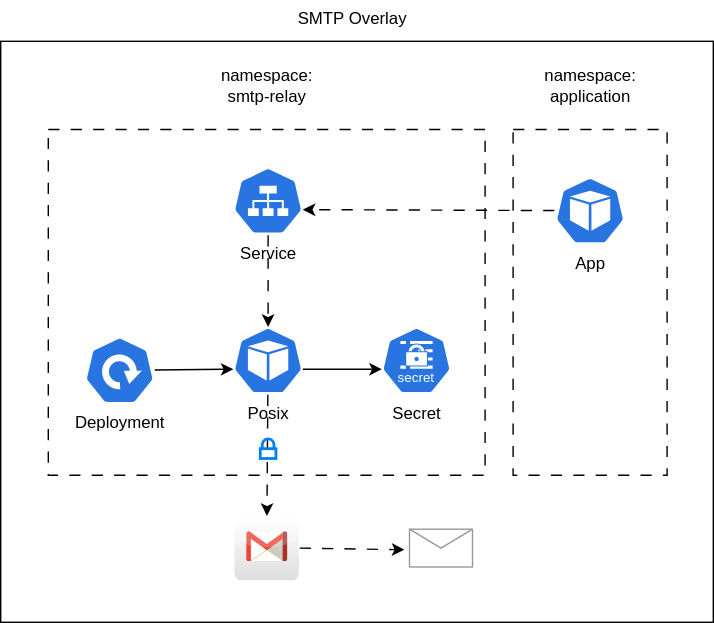
Above: diagram.drawio.svg in gersontpc/smtp-operator (draw.io), before the change. Source tidied: cells renumbered, new cells last; positions are measured from the earlier drawing's top-left corner, leaving out a move shared by most shapes.
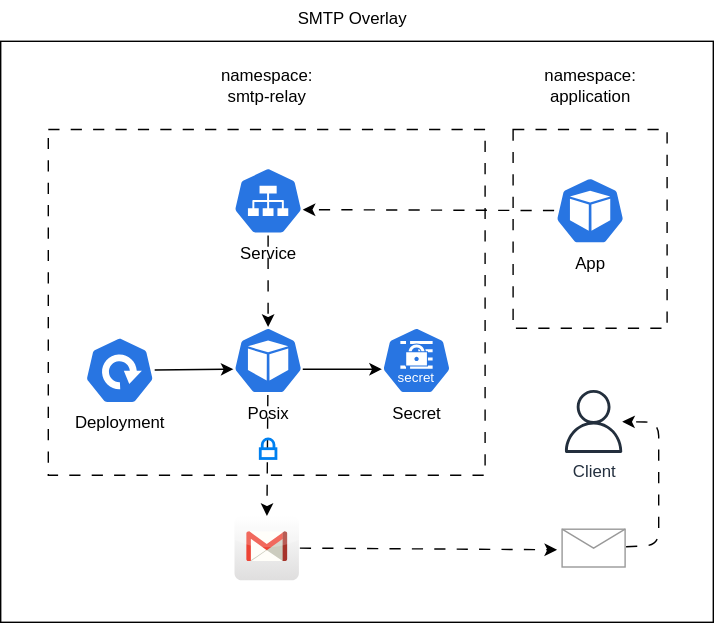
Later version of the same file.

What changed in the source:
```diff
@@ -42,7 +42,7 @@
       <mxGeometry x="396" y="126" width="50" height="48" as="geometry" />
     </mxCell>
     <mxCell id="15" style="rounded=0;whiteSpace=wrap;html=1;fillColor=none;dashed=1;dashPattern=8 8;" parent="1" vertex="1">
-      <mxGeometry x="366" y="92" width="110" height="247" as="geometry" />
+      <mxGeometry x="366" y="92" width="110" height="142" as="geometry" />
     </mxCell>
     <mxCell id="16" value="namespace:&lt;br&gt;application" style="text;html=1;align=center;verticalAlign=middle;strokeColor=none;fillColor=none;" parent="1" vertex="1">
       <mxGeometry x="379.5" y="40" width="83" height="41" as="geometry" />
@@ -53,8 +53,16 @@
     <mxCell id="18" style="edgeStyle=none;html=1;entryX=0.995;entryY=0.63;entryDx=0;entryDy=0;entryPerimeter=0;flowAnimation=1;" parent="1" edge="1" source="14" target="5">
       <mxGeometry relative="1" as="geometry" />
     </mxCell>
+    <mxCell id="22" style="edgeStyle=none;html=1;flowAnimation=1;" parent="1" edge="1" source="19" target="23">
+      <mxGeometry relative="1" as="geometry">
+        <Array as="points">
+          <mxPoint x="470" y="389" />
+          <mxPoint x="470" y="301" />
+        </Array>
+      </mxGeometry>
+    </mxCell>
     <mxCell id="19" style="verticalLabelPosition=bottom;shadow=0;dashed=0;align=center;html=1;verticalAlign=top;strokeWidth=1;shape=mxgraph.mockup.misc.mail2;strokeColor=#999999;" parent="1" vertex="1">
-      <mxGeometry x="292" y="377.5" width="45" height="27" as="geometry" />
+      <mxGeometry x="401" y="377.5" width="45" height="27" as="geometry" />
     </mxCell>
     <mxCell id="20" style="edgeStyle=none;html=1;entryX=-0.08;entryY=0.544;entryDx=0;entryDy=0;entryPerimeter=0;flowAnimation=1;" parent="1" edge="1" target="19">
       <mxGeometry relative="1" as="geometry">
@@ -64,5 +72,8 @@
     <mxCell id="21" style="html=1;verticalLabelPosition=bottom;align=center;labelBackgroundColor=#ffffff;verticalAlign=top;strokeWidth=2;strokeColor=#0080F0;shadow=0;dashed=0;shape=mxgraph.ios7.icons.locked;" parent="1" vertex="1">
       <mxGeometry x="185.4" y="313" width="11.2" height="14" as="geometry" />
     </mxCell>
+    <mxCell id="23" value="Client" style="sketch=0;outlineConnect=0;fontColor=#232F3E;gradientColor=none;fillColor=#232F3D;strokeColor=none;dashed=0;verticalLabelPosition=bottom;verticalAlign=top;align=center;html=1;fontSize=12;fontStyle=0;shape=mxgraph.aws4.user;" parent="1" vertex="1">
+      <mxGeometry x="401" y="278" width="45" height="45" as="geometry" />
+    </mxCell>
   </root>
 </mxGraphModel>
```
